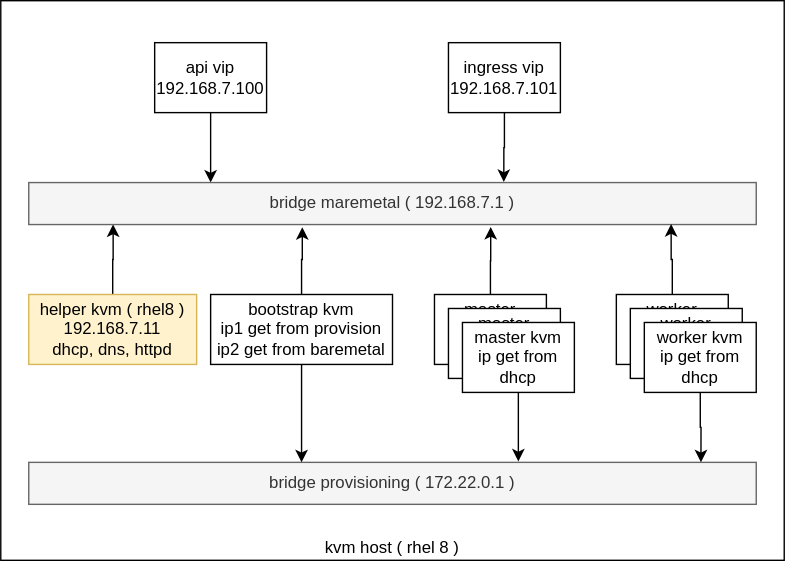
This is redhat/ocp4/4.6/dia/4.6.bm.ipi.provision.network.drawio.svg from wangzheng422/docker_env, a draw.io export, as it was before one commit. Source tidied: cells renumbered, new cells last; positions are measured from the earlier drawing's top-left corner, leaving out a move shared by most shapes.
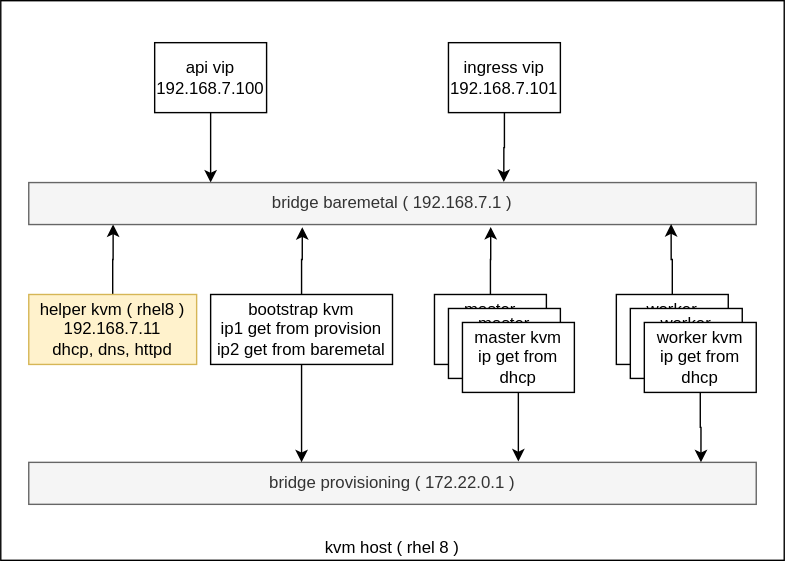
Later version of the same file.

Change to the diagram source:
```diff
@@ -59,7 +59,7 @@
     <mxCell id="20" value="ingress vip&lt;br&gt;192.168.7.101" style="rounded=0;whiteSpace=wrap;html=1;" parent="3" vertex="1">
       <mxGeometry x="320" y="30" width="80" height="50" as="geometry" />
     </mxCell>
-    <mxCell id="21" value="bridge maremetal ( 192.168.7.1 )" style="rounded=0;whiteSpace=wrap;html=1;fillColor=#f5f5f5;strokeColor=#666666;fontColor=#333333;" parent="3" vertex="1">
+    <mxCell id="21" value="bridge baremetal ( 192.168.7.1 )" style="rounded=0;whiteSpace=wrap;html=1;fillColor=#f5f5f5;strokeColor=#666666;fontColor=#333333;" parent="3" vertex="1">
       <mxGeometry x="20" y="130" width="520" height="30" as="geometry" />
     </mxCell>
     <mxCell id="22" style="edgeStyle=orthogonalEdgeStyle;rounded=0;jettySize=auto;html=1;entryX=0.376;entryY=1.063;entryDx=0;entryDy=0;entryPerimeter=0;" parent="3" edge="1" source="8" target="21">
```
